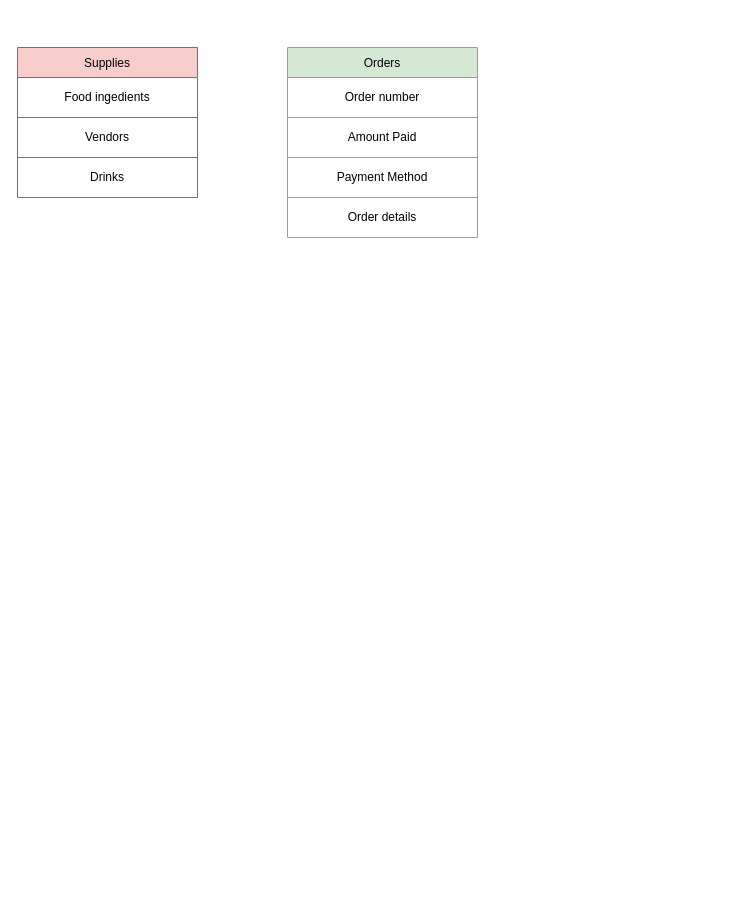
Above: 2.A_Diagramming Your Database_Guerrero.V.drawio in Vanessa-Guerrero/W2_Exercises (draw.io), before the change. Source tidied: cells renumbered, new cells numbered last; positions are measured from the earlier drawing's top-left corner, leaving out a move shared by most shapes. Both pictures are drawn from the tidied source at 100%, with x=0, y=0 at pixel (17, 47).
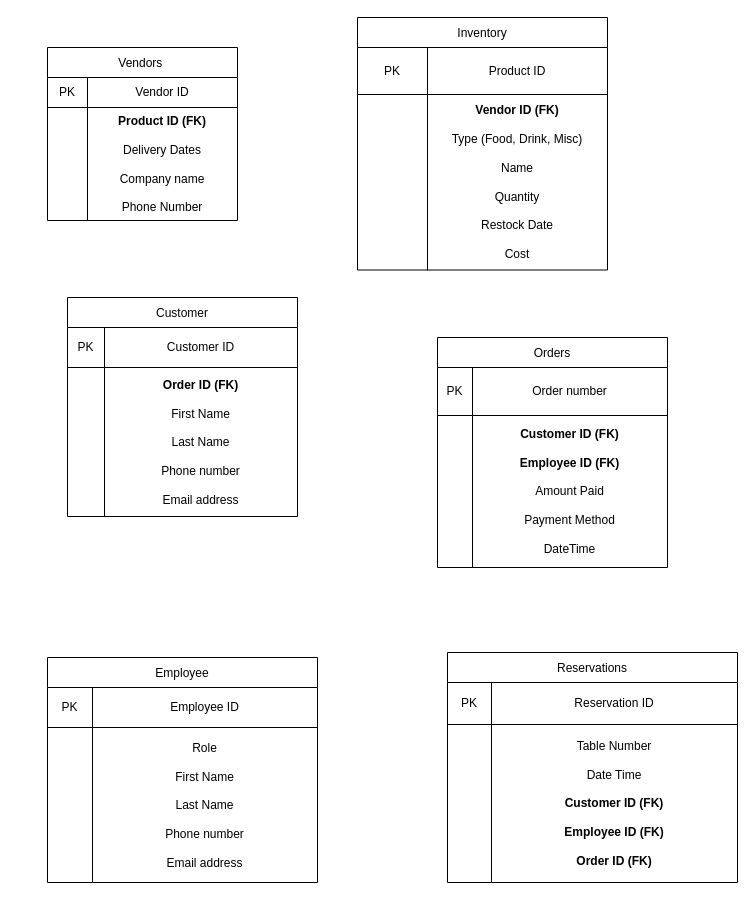
Above is the later version.

Diff of the diagram source:
```diff
@@
-    <mxCell id="2" value="Supplies" style="shape=table;startSize=30;childLayout=tableLayout;fillColor=#f8cecc;strokeColor=#b85450;" parent="1" vertex="1">
-      <mxGeometry width="180" height="150" as="geometry" />
+    <mxCell id="2" value="Vendors " style="shape=table;startSize=30;childLayout=tableLayout;" parent="1" vertex="1">
+      <mxGeometry x="30" width="190" height="173" as="geometry" />
     </mxCell>
     <mxCell id="3" style="shape=tableRow;horizontal=0;startSize=0;swimlaneHead=0;swimlaneBody=0;strokeColor=inherit;top=0;left=0;bottom=0;right=0;fillColor=none;" parent="2" vertex="1">
-      <mxGeometry y="30" width="180" height="40" as="geometry" />
+      <mxGeometry y="30" width="190" height="30" as="geometry" />
     </mxCell>
+    <mxCell id="18" value="PK" style="shape=partialRectangle;html=1;whiteSpace=wrap;strokeColor=inherit;overflow=hidden;fillColor=none;top=0;left=0;bottom=0;right=0;" parent="3" vertex="1">
+      <mxGeometry width="40" height="30" as="geometry" />
+    </mxCell>
-    <mxCell id="4" value="Food ingedients" style="shape=partialRectangle;html=1;whiteSpace=wrap;strokeColor=inherit;overflow=hidden;fillColor=none;top=0;left=0;bottom=0;right=0;" parent="3" vertex="1">
-      <mxGeometry width="180" height="40" as="geometry" />
+    <mxCell id="4" value="Vendor ID" style="shape=partialRectangle;html=1;whiteSpace=wrap;strokeColor=inherit;overflow=hidden;fillColor=none;top=0;left=0;bottom=0;right=0;" parent="3" vertex="1">
+      <mxGeometry x="40" width="150" height="30" as="geometry" />
     </mxCell>
     <mxCell id="5" style="shape=tableRow;horizontal=0;startSize=0;swimlaneHead=0;swimlaneBody=0;strokeColor=inherit;top=0;left=0;bottom=0;right=0;fillColor=none;" parent="2" vertex="1">
-      <mxGeometry y="70" width="180" height="40" as="geometry" />
+      <mxGeometry y="60" width="190" height="113" as="geometry" />
     </mxCell>
+    <mxCell id="19" style="shape=partialRectangle;html=1;whiteSpace=wrap;strokeColor=inherit;overflow=hidden;fillColor=none;top=0;left=0;bottom=0;right=0;" parent="5" vertex="1">
+      <mxGeometry width="40" height="113" as="geometry" />
+    </mxCell>
-    <mxCell id="6" value="Vendors" style="shape=partialRectangle;html=1;whiteSpace=wrap;strokeColor=inherit;overflow=hidden;fillColor=none;top=0;left=0;bottom=0;right=0;" parent="5" vertex="1">
-      <mxGeometry width="180" height="40" as="geometry" />
+    <mxCell id="6" value="&lt;b&gt;Product ID (FK)&lt;/b&gt;&lt;div&gt;&lt;b&gt;&lt;br&gt;&lt;/b&gt;&lt;/div&gt;&lt;div&gt;Delivery Dates&lt;/div&gt;&lt;div&gt;&lt;br&gt;&lt;/div&gt;&lt;div&gt;Company name&lt;br&gt;&lt;/div&gt;&lt;div&gt;&lt;br&gt;&lt;/div&gt;&lt;div&gt;Phone Number&lt;/div&gt;" style="shape=partialRectangle;html=1;whiteSpace=wrap;strokeColor=inherit;overflow=hidden;fillColor=none;top=0;left=0;bottom=0;right=0;" parent="5" vertex="1">
+      <mxGeometry x="40" width="150" height="113" as="geometry" />
     </mxCell>
-    <mxCell id="7" style="shape=tableRow;horizontal=0;startSize=0;swimlaneHead=0;swimlaneBody=0;strokeColor=inherit;top=0;left=0;bottom=0;right=0;fillColor=none;" parent="2" vertex="1">
-      <mxGeometry y="110" width="180" height="40" as="geometry" />
-    </mxCell>
-    <mxCell id="8" value="Drinks" style="shape=partialRectangle;html=1;whiteSpace=wrap;strokeColor=inherit;overflow=hidden;fillColor=none;top=0;left=0;bottom=0;right=0;" parent="7" vertex="1">
-      <mxGeometry width="180" height="40" as="geometry" />
-    </mxCell>
-    <mxCell id="9" value="Orders" style="shape=table;startSize=30;childLayout=tableLayout;fillColor=#d5e8d4;strokeColor=#82b366;" parent="1" vertex="1">
-      <mxGeometry x="270" width="190" height="190" as="geometry" />
+    <mxCell id="9" value="Orders" style="shape=table;startSize=30;childLayout=tableLayout;" parent="1" vertex="1">
+      <mxGeometry x="420" y="290" width="230" height="230" as="geometry" />
     </mxCell>
     <mxCell id="10" style="shape=tableRow;horizontal=0;startSize=0;swimlaneHead=0;swimlaneBody=0;strokeColor=inherit;top=0;left=0;bottom=0;right=0;fillColor=none;" parent="9" vertex="1">
-      <mxGeometry y="30" width="190" height="40" as="geometry" />
+      <mxGeometry y="30" width="230" height="48" as="geometry" />
     </mxCell>
+    <mxCell id="20" value="PK" style="shape=partialRectangle;html=1;whiteSpace=wrap;strokeColor=inherit;overflow=hidden;fillColor=none;top=0;left=0;bottom=0;right=0;" parent="10" vertex="1">
+      <mxGeometry width="35" height="48" as="geometry" />
+    </mxCell>
     <mxCell id="11" value="Order number" style="shape=partialRectangle;html=1;whiteSpace=wrap;strokeColor=inherit;overflow=hidden;fillColor=none;top=0;left=0;bottom=0;right=0;" parent="10" vertex="1">
-      <mxGeometry width="190" height="40" as="geometry" />
+      <mxGeometry x="35" width="195" height="48" as="geometry" />
     </mxCell>
     <mxCell id="12" style="shape=tableRow;horizontal=0;startSize=0;swimlaneHead=0;swimlaneBody=0;strokeColor=inherit;top=0;left=0;bottom=0;right=0;fillColor=none;" parent="9" vertex="1">
-      <mxGeometry y="70" width="190" height="40" as="geometry" />
+      <mxGeometry y="78" width="230" height="152" as="geometry" />
     </mxCell>
+    <mxCell id="21" style="shape=partialRectangle;html=1;whiteSpace=wrap;strokeColor=inherit;overflow=hidden;fillColor=none;top=0;left=0;bottom=0;right=0;" parent="12" vertex="1">
+      <mxGeometry width="35" height="152" as="geometry" />
+    </mxCell>
-    <mxCell id="13" value="Amount Paid" style="shape=partialRectangle;html=1;whiteSpace=wrap;strokeColor=inherit;overflow=hidden;fillColor=none;top=0;left=0;bottom=0;right=0;" parent="12" vertex="1">
-      <mxGeometry width="190" height="40" as="geometry" />
+    <mxCell id="13" value="&lt;div&gt;&lt;b&gt;Customer ID&lt;/b&gt; &lt;b&gt;(FK)&lt;/b&gt;&lt;/div&gt;&lt;div&gt;&lt;br&gt;&lt;/div&gt;&lt;div&gt;&lt;b&gt;Employee ID (FK)&lt;/b&gt;&lt;/div&gt;&lt;div&gt;&lt;br&gt;&lt;/div&gt;Amount Paid&lt;div&gt;&lt;br&gt;&lt;div&gt;Payment Method&lt;br&gt;&lt;/div&gt;&lt;/div&gt;&lt;div&gt;&lt;br&gt;&lt;/div&gt;&lt;div&gt;DateTime&lt;br&gt;&lt;/div&gt;" style="shape=partialRectangle;html=1;whiteSpace=wrap;strokeColor=inherit;overflow=hidden;fillColor=none;top=0;left=0;bottom=0;right=0;" parent="12" vertex="1">
+      <mxGeometry x="35" width="195" height="152" as="geometry" />
     </mxCell>
-    <mxCell id="14" style="shape=tableRow;horizontal=0;startSize=0;swimlaneHead=0;swimlaneBody=0;strokeColor=inherit;top=0;left=0;bottom=0;right=0;fillColor=none;" parent="9" vertex="1">
-      <mxGeometry y="110" width="190" height="40" as="geometry" />
-    </mxCell>
-    <mxCell id="15" value="Payment Method" style="shape=partialRectangle;html=1;whiteSpace=wrap;strokeColor=inherit;overflow=hidden;fillColor=none;top=0;left=0;bottom=0;right=0;" parent="14" vertex="1">
-      <mxGeometry width="190" height="40" as="geometry" />
-    </mxCell>
-    <mxCell id="16" style="shape=tableRow;horizontal=0;startSize=0;swimlaneHead=0;swimlaneBody=0;strokeColor=inherit;top=0;left=0;bottom=0;right=0;fillColor=none;" parent="9" vertex="1">
-      <mxGeometry y="150" width="190" height="40" as="geometry" />
-    </mxCell>
-    <mxCell id="17" value="Order details" style="shape=partialRectangle;html=1;whiteSpace=wrap;strokeColor=inherit;overflow=hidden;fillColor=none;top=0;left=0;bottom=0;right=0;" parent="16" vertex="1">
-      <mxGeometry width="190" height="40" as="geometry" />
-    </mxCell>
+    <mxCell id="22" value="Customer" style="shape=table;startSize=30;childLayout=tableLayout;" parent="1" vertex="1">
+      <mxGeometry x="50" y="250" width="230" height="219" as="geometry" />
+    </mxCell>
+    <mxCell id="23" style="shape=tableRow;horizontal=0;startSize=0;swimlaneHead=0;swimlaneBody=0;strokeColor=inherit;top=0;left=0;bottom=0;right=0;fillColor=none;" parent="22" vertex="1">
+      <mxGeometry y="30" width="230" height="40" as="geometry" />
+    </mxCell>
+    <mxCell id="24" value="PK" style="shape=partialRectangle;html=1;whiteSpace=wrap;strokeColor=inherit;overflow=hidden;fillColor=none;top=0;left=0;bottom=0;right=0;" parent="23" vertex="1">
+      <mxGeometry width="37" height="40" as="geometry" />
+    </mxCell>
+    <mxCell id="25" value="Customer ID" style="shape=partialRectangle;html=1;whiteSpace=wrap;strokeColor=inherit;overflow=hidden;fillColor=none;top=0;left=0;bottom=0;right=0;" parent="23" vertex="1">
+      <mxGeometry x="37" width="193" height="40" as="geometry" />
+    </mxCell>
+    <mxCell id="26" style="shape=tableRow;horizontal=0;startSize=0;swimlaneHead=0;swimlaneBody=0;strokeColor=inherit;top=0;left=0;bottom=0;right=0;fillColor=none;" parent="22" vertex="1">
+      <mxGeometry y="70" width="230" height="149" as="geometry" />
+    </mxCell>
+    <mxCell id="27" style="shape=partialRectangle;html=1;whiteSpace=wrap;strokeColor=inherit;overflow=hidden;fillColor=none;top=0;left=0;bottom=0;right=0;" parent="26" vertex="1">
+      <mxGeometry width="37" height="149" as="geometry" />
+    </mxCell>
+    <mxCell id="28" value="&lt;div&gt;&lt;b&gt;Order ID (FK)&lt;/b&gt;&lt;/div&gt;&lt;div&gt;&lt;br&gt;&lt;/div&gt;First Name&lt;div&gt;&lt;br&gt;&lt;/div&gt;&lt;div&gt;Last Name&lt;/div&gt;&lt;div&gt;&lt;br&gt;&lt;/div&gt;&lt;div&gt;Phone number&lt;/div&gt;&lt;div&gt;&lt;br&gt;&lt;/div&gt;&lt;div&gt;Email address&lt;/div&gt;" style="shape=partialRectangle;html=1;whiteSpace=wrap;strokeColor=inherit;overflow=hidden;fillColor=none;top=0;left=0;bottom=0;right=0;" parent="26" vertex="1">
+      <mxGeometry x="37" width="193" height="149" as="geometry" />
+    </mxCell>
+    <mxCell id="29" value="Employee" style="shape=table;startSize=30;childLayout=tableLayout;" parent="1" vertex="1">
+      <mxGeometry x="30" y="610" width="270" height="225" as="geometry" />
+    </mxCell>
+    <mxCell id="30" style="shape=tableRow;horizontal=0;startSize=0;swimlaneHead=0;swimlaneBody=0;strokeColor=inherit;top=0;left=0;bottom=0;right=0;fillColor=none;" parent="29" vertex="1">
+      <mxGeometry y="30" width="270" height="40" as="geometry" />
+    </mxCell>
+    <mxCell id="31" value="PK" style="shape=partialRectangle;html=1;whiteSpace=wrap;strokeColor=inherit;overflow=hidden;fillColor=none;top=0;left=0;bottom=0;right=0;" parent="30" vertex="1">
+      <mxGeometry width="45" height="40" as="geometry" />
+    </mxCell>
+    <mxCell id="32" value="Employee ID" style="shape=partialRectangle;html=1;whiteSpace=wrap;strokeColor=inherit;overflow=hidden;fillColor=none;top=0;left=0;bottom=0;right=0;" parent="30" vertex="1">
+      <mxGeometry x="45" width="225" height="40" as="geometry" />
+    </mxCell>
+    <mxCell id="33" style="shape=tableRow;horizontal=0;startSize=0;swimlaneHead=0;swimlaneBody=0;strokeColor=inherit;top=0;left=0;bottom=0;right=0;fillColor=none;" parent="29" vertex="1">
+      <mxGeometry y="70" width="270" height="155" as="geometry" />
+    </mxCell>
+    <mxCell id="34" style="shape=partialRectangle;html=1;whiteSpace=wrap;strokeColor=inherit;overflow=hidden;fillColor=none;top=0;left=0;bottom=0;right=0;" parent="33" vertex="1">
+      <mxGeometry width="45" height="155" as="geometry" />
+    </mxCell>
+    <mxCell id="35" value="&lt;div&gt;Role&lt;/div&gt;&lt;div&gt;&lt;br&gt;&lt;/div&gt;First Name&lt;div&gt;&lt;br&gt;&lt;/div&gt;&lt;div&gt;Last Name&lt;/div&gt;&lt;div&gt;&lt;br&gt;&lt;/div&gt;&lt;div&gt;Phone number&lt;/div&gt;&lt;div&gt;&lt;br&gt;&lt;/div&gt;&lt;div&gt;Email address&lt;/div&gt;" style="shape=partialRectangle;html=1;whiteSpace=wrap;strokeColor=inherit;overflow=hidden;fillColor=none;top=0;left=0;bottom=0;right=0;" parent="33" vertex="1">
+      <mxGeometry x="45" width="225" height="155" as="geometry" />
+    </mxCell>
+    <mxCell id="36" value="Inventory" style="shape=table;startSize=30;childLayout=tableLayout;" parent="1" vertex="1">
+      <mxGeometry x="340" y="-30" width="250" height="252.5" as="geometry" />
+    </mxCell>
+    <mxCell id="37" style="shape=tableRow;horizontal=0;startSize=0;swimlaneHead=0;swimlaneBody=0;strokeColor=inherit;top=0;left=0;bottom=0;right=0;fillColor=none;" parent="36" vertex="1">
+      <mxGeometry y="30" width="250" height="47" as="geometry" />
+    </mxCell>
+    <mxCell id="38" value="PK" style="shape=partialRectangle;html=1;whiteSpace=wrap;strokeColor=inherit;overflow=hidden;fillColor=none;top=0;left=0;bottom=0;right=0;" parent="37" vertex="1">
+      <mxGeometry width="70" height="47" as="geometry" />
+    </mxCell>
+    <mxCell id="39" value="Product ID" style="shape=partialRectangle;html=1;whiteSpace=wrap;strokeColor=inherit;overflow=hidden;fillColor=none;top=0;left=0;bottom=0;right=0;" parent="37" vertex="1">
+      <mxGeometry x="70" width="180" height="47" as="geometry" />
+    </mxCell>
+    <mxCell id="40" style="shape=tableRow;horizontal=0;startSize=0;swimlaneHead=0;swimlaneBody=0;strokeColor=inherit;top=0;left=0;bottom=0;right=0;fillColor=none;" parent="36" vertex="1">
+      <mxGeometry y="77" width="250" height="176" as="geometry" />
+    </mxCell>
+    <mxCell id="41" style="shape=partialRectangle;html=1;whiteSpace=wrap;strokeColor=inherit;overflow=hidden;fillColor=none;top=0;left=0;bottom=0;right=0;" parent="40" vertex="1">
+      <mxGeometry width="70" height="176" as="geometry" />
+    </mxCell>
+    <mxCell id="42" value="&lt;div&gt;&lt;b&gt;Vendor ID (FK)&lt;/b&gt;&lt;/div&gt;&lt;div&gt;&lt;br&gt;&lt;/div&gt;Type (Food, Drink, Misc)&lt;div&gt;&lt;br&gt;&lt;/div&gt;&lt;div&gt;Name&lt;br&gt;&lt;div&gt;&lt;br&gt;&lt;/div&gt;&lt;div&gt;Quantity&lt;/div&gt;&lt;div&gt;&lt;br&gt;&lt;/div&gt;&lt;div&gt;Restock Date&lt;/div&gt;&lt;/div&gt;&lt;div&gt;&lt;br&gt;&lt;/div&gt;&lt;div&gt;Cost&lt;/div&gt;" style="shape=partialRectangle;html=1;whiteSpace=wrap;strokeColor=inherit;overflow=hidden;fillColor=none;top=0;left=0;bottom=0;right=0;" parent="40" vertex="1">
+      <mxGeometry x="70" width="180" height="176" as="geometry" />
+    </mxCell>
+    <mxCell id="43" value="Reservations" style="shape=table;startSize=30;childLayout=tableLayout;" parent="1" vertex="1">
+      <mxGeometry x="430" y="605" width="290" height="230" as="geometry" />
+    </mxCell>
+    <mxCell id="44" style="shape=tableRow;horizontal=0;startSize=0;swimlaneHead=0;swimlaneBody=0;strokeColor=inherit;top=0;left=0;bottom=0;right=0;fillColor=none;" parent="43" vertex="1">
+      <mxGeometry y="30" width="290" height="42" as="geometry" />
+    </mxCell>
+    <mxCell id="45" value="PK" style="shape=partialRectangle;html=1;whiteSpace=wrap;strokeColor=inherit;overflow=hidden;fillColor=none;top=0;left=0;bottom=0;right=0;" parent="44" vertex="1">
+      <mxGeometry width="44" height="42" as="geometry" />
+    </mxCell>
+    <mxCell id="46" value="Reservation ID" style="shape=partialRectangle;html=1;whiteSpace=wrap;strokeColor=inherit;overflow=hidden;fillColor=none;top=0;left=0;bottom=0;right=0;" parent="44" vertex="1">
+      <mxGeometry x="44" width="246" height="42" as="geometry" />
+    </mxCell>
+    <mxCell id="47" style="shape=tableRow;horizontal=0;startSize=0;swimlaneHead=0;swimlaneBody=0;strokeColor=inherit;top=0;left=0;bottom=0;right=0;fillColor=none;" parent="43" vertex="1">
+      <mxGeometry y="72" width="290" height="158" as="geometry" />
+    </mxCell>
+    <mxCell id="48" style="shape=partialRectangle;html=1;whiteSpace=wrap;strokeColor=inherit;overflow=hidden;fillColor=none;top=0;left=0;bottom=0;right=0;" parent="47" vertex="1">
+      <mxGeometry width="44" height="158" as="geometry" />
+    </mxCell>
+    <mxCell id="49" value="Table Number&lt;div&gt;&lt;br&gt;&lt;/div&gt;&lt;div&gt;Date Time&lt;/div&gt;&lt;div&gt;&lt;br&gt;&lt;/div&gt;&lt;div&gt;&lt;b&gt;Customer ID (FK)&lt;/b&gt;&lt;/div&gt;&lt;div&gt;&lt;b&gt;&lt;br&gt;&lt;/b&gt;&lt;/div&gt;&lt;div&gt;&lt;b&gt;Employee ID&amp;nbsp;&lt;/b&gt;&lt;b&gt;(FK)&lt;/b&gt;&lt;b&gt;&lt;br&gt;&lt;br&gt;&lt;/b&gt;&lt;/div&gt;&lt;div&gt;&lt;b&gt;Order ID&amp;nbsp;&lt;/b&gt;&lt;b style=&quot;background-color: initial;&quot;&gt;(FK)&lt;/b&gt;&lt;/div&gt;" style="shape=partialRectangle;html=1;whiteSpace=wrap;strokeColor=inherit;overflow=hidden;fillColor=none;top=0;left=0;bottom=0;right=0;" parent="47" vertex="1">
+      <mxGeometry x="44" width="246" height="158" as="geometry" />
+    </mxCell>
```
